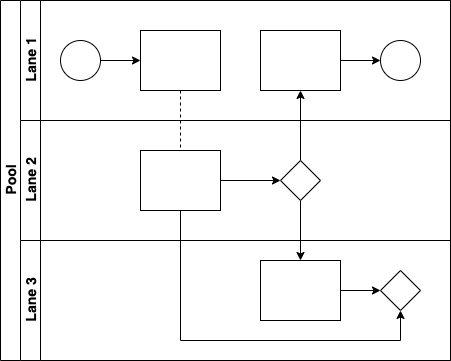
Earlier version of the draw.io export Untitled Diagram.png (BugZheng/blog). Source tidied: cells renumbered, new cells last; positions are measured from the earlier drawing's top-left corner, leaving out a move shared by most shapes.
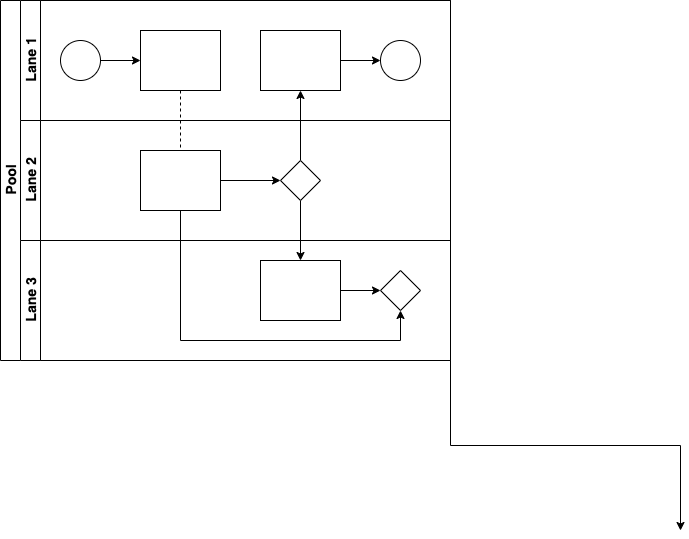
After the commit.

Change to the diagram source:
```diff
@@ -67,5 +67,10 @@
     <mxCell id="21" style="rhombus;whiteSpace=wrap;html=1;fontFamily=Helvetica;fontSize=12;fontColor=#000000;align=center;" parent="18" vertex="1">
       <mxGeometry x="360" y="30" width="40" height="40" as="geometry" />
     </mxCell>
+    <mxCell id="22" style="edgeStyle=orthogonalEdgeStyle;rounded=0;jettySize=auto;html=1;exitX=1;exitY=1;exitDx=0;exitDy=0;" parent="1" edge="1" source="18">
+      <mxGeometry relative="1" as="geometry">
+        <mxPoint x="680" y="530" as="targetPoint" />
+      </mxGeometry>
+    </mxCell>
   </root>
 </mxGraphModel>
```
